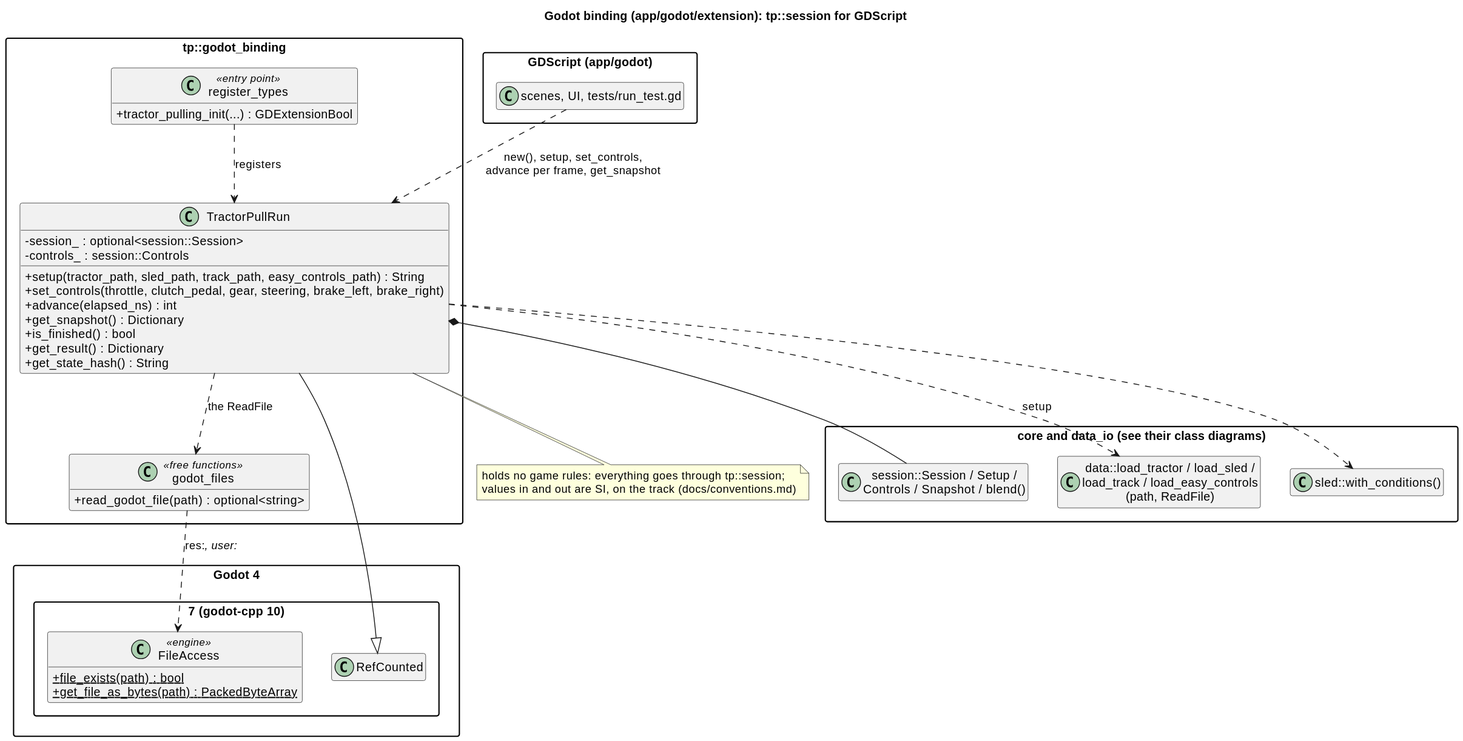
wversteeg/TractorPulling keeps this PlantUML diagram as docs/diagrams/svg/godot_classes.svg. Above is the earlier version. The source it was exported from:
```plantuml
@startuml
title Godot binding (app/godot/extension): tp::session for GDScript
hide empty members
skinparam packageStyle rectangle
skinparam classAttributeIconSize 0

package "Godot 4.7 (godot-cpp 10)" {
  class RefCounted
  class FileAccess <<engine>> {
    +{static} file_exists(path) : bool
    +{static} get_file_as_bytes(path) : PackedByteArray
  }
}

package "tp::godot_binding" {
  class TractorPullRun {
    -session_ : optional<session::Session>
    -controls_ : session::Controls
    +setup(tractor_path, sled_path, track_path, easy_controls_path) : String
    +set_controls(throttle, clutch_pedal, gear, steering, brake_left, brake_right)
    +advance(elapsed_ns) : int
    +get_snapshot() : Dictionary
    +is_finished() : bool
    +get_result() : Dictionary
    +get_state_hash() : String
  }
  class "godot_files" as Files <<free functions>> {
    +read_godot_file(path) : optional<string>
  }
  class "register_types" as Register <<entry point>> {
    +tractor_pulling_init(...) : GDExtensionBool
  }
}

package "core and data_io (see their class diagrams)" {
  class "session::Session / Setup /\nControls / Snapshot / blend()" as Session
  class "data::load_tractor / load_sled /\nload_track / load_easy_controls\n(path, ReadFile)" as Loaders
  class "sled::with_conditions()" as Sled
}

package "GDScript (app/godot)" {
  class "scenes, UI, tests/run_test.gd" as Scripts
}

RefCounted <|-- TractorPullRun
Register ..> TractorPullRun : registers
TractorPullRun *-- Session
TractorPullRun ..> Loaders : setup
TractorPullRun ..> Sled
TractorPullRun ..> Files : the ReadFile
Files ..> FileAccess : res://, user://
Scripts ..> TractorPullRun : new(), setup, set_controls,\nadvance per frame, get_snapshot
note bottom of TractorPullRun
  holds no game rules: everything goes through tp::session;
  values in and out are SI, on the track (docs/conventions.md)
end note
@enduml
```
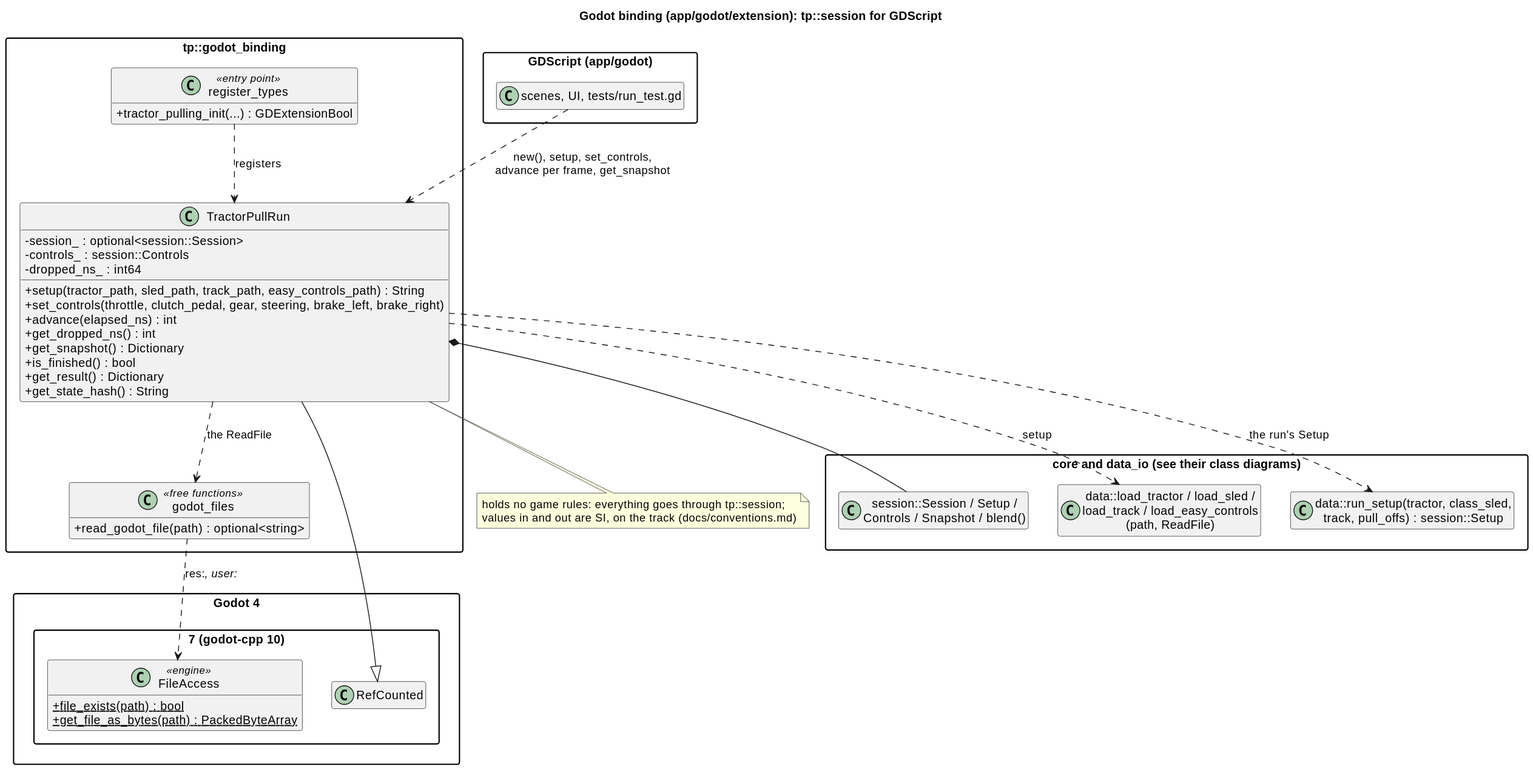
Above is the later version.

The edit, as a diff of the source:
```diff
@@ -16,9 +16,11 @@
   class TractorPullRun {
     -session_ : optional<session::Session>
     -controls_ : session::Controls
+    -dropped_ns_ : int64
     +setup(tractor_path, sled_path, track_path, easy_controls_path) : String
     +set_controls(throttle, clutch_pedal, gear, steering, brake_left, brake_right)
     +advance(elapsed_ns) : int
+    +get_dropped_ns() : int
     +get_snapshot() : Dictionary
     +is_finished() : bool
     +get_result() : Dictionary
@@ -35,7 +37,7 @@
 package "core and data_io (see their class diagrams)" {
   class "session::Session / Setup /\nControls / Snapshot / blend()" as Session
   class "data::load_tractor / load_sled /\nload_track / load_easy_controls\n(path, ReadFile)" as Loaders
-  class "sled::with_conditions()" as Sled
+  class "data::run_setup(tractor, class_sled,\ntrack, pull_offs) : session::Setup" as RunSetup
 }
 
 package "GDScript (app/godot)" {
@@ -46,7 +48,7 @@
 Register ..> TractorPullRun : registers
 TractorPullRun *-- Session
 TractorPullRun ..> Loaders : setup
-TractorPullRun ..> Sled
+TractorPullRun ..> RunSetup : the run's Setup
 TractorPullRun ..> Files : the ReadFile
 Files ..> FileAccess : res://, user://
 Scripts ..> TractorPullRun : new(), setup, set_controls,\nadvance per frame, get_snapshot
```
